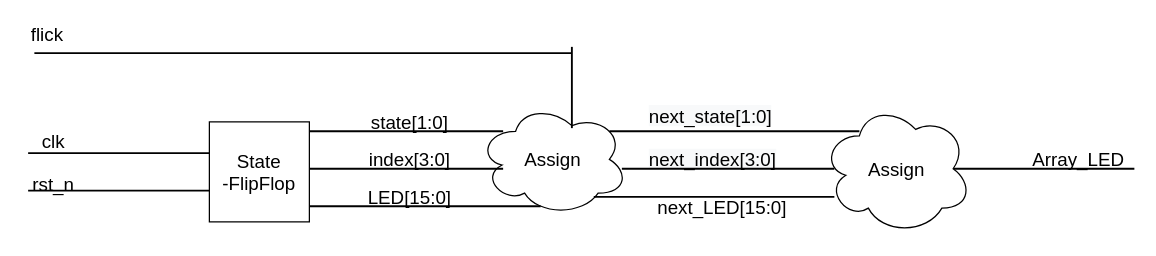
Earlier version of the draw.io diagram Untitled Diagram.drawio (datdonguyen99/demoGit). Source tidied: cells renumbered, new cells numbered last; positions are measured from the earlier drawing's top-left corner, leaving out a move shared by most shapes. Both pictures are drawn from the tidied source at 125%, with x=0, y=0 at pixel (21, 21).
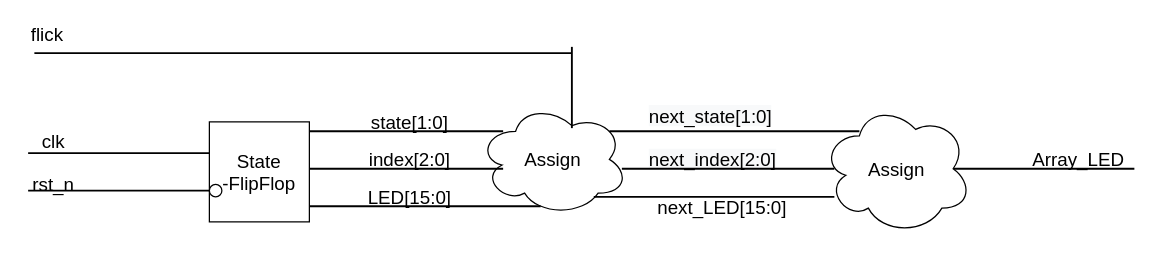
Above is the later version.

What changed in the source:
```diff
@@
-    <mxCell id="13" value="&lt;font style=&quot;font-size: 15px&quot;&gt;index[3:0]&lt;/font&gt;" style="text;html=1;align=center;verticalAlign=middle;strokeColor=none;" parent="1" vertex="1">
+    <mxCell id="13" value="&lt;font style=&quot;font-size: 15px&quot;&gt;index[2:0]&lt;/font&gt;" style="text;html=1;align=center;verticalAlign=middle;strokeColor=none;" parent="1" vertex="1">
       <mxGeometry x="270" y="100" width="80" height="20" as="geometry" />
     </mxCell>
@@
-    <mxCell id="21" value="&lt;span style=&quot;color: rgb(0 , 0 , 0) ; font-family: &amp;#34;helvetica&amp;#34; ; font-size: 15px ; font-style: normal ; font-weight: 400 ; letter-spacing: normal ; text-align: center ; text-indent: 0px ; text-transform: none ; word-spacing: 0px ; background-color: rgb(248 , 249 , 250) ; display: inline ; float: none&quot;&gt;next_index[3:0]&lt;/span&gt;" style="text;whiteSpace=wrap;html=1;" parent="1" vertex="1">
+    <mxCell id="21" value="&lt;span style=&quot;color: rgb(0 , 0 , 0) ; font-family: &amp;#34;helvetica&amp;#34; ; font-size: 15px ; font-style: normal ; font-weight: 400 ; letter-spacing: normal ; text-align: center ; text-indent: 0px ; text-transform: none ; word-spacing: 0px ; background-color: rgb(248 , 249 , 250) ; display: inline ; float: none&quot;&gt;next_index[2:0]&lt;/span&gt;" style="text;whiteSpace=wrap;html=1;" parent="1" vertex="1">
       <mxGeometry x="500" y="95" width="90" height="30" as="geometry" />
     </mxCell>
@@
+    <mxCell id="26" style="ellipse;whiteSpace=wrap;html=1;" parent="1" vertex="1">
+      <mxGeometry x="150" y="130" width="10" height="10" as="geometry" />
+    </mxCell>
```
